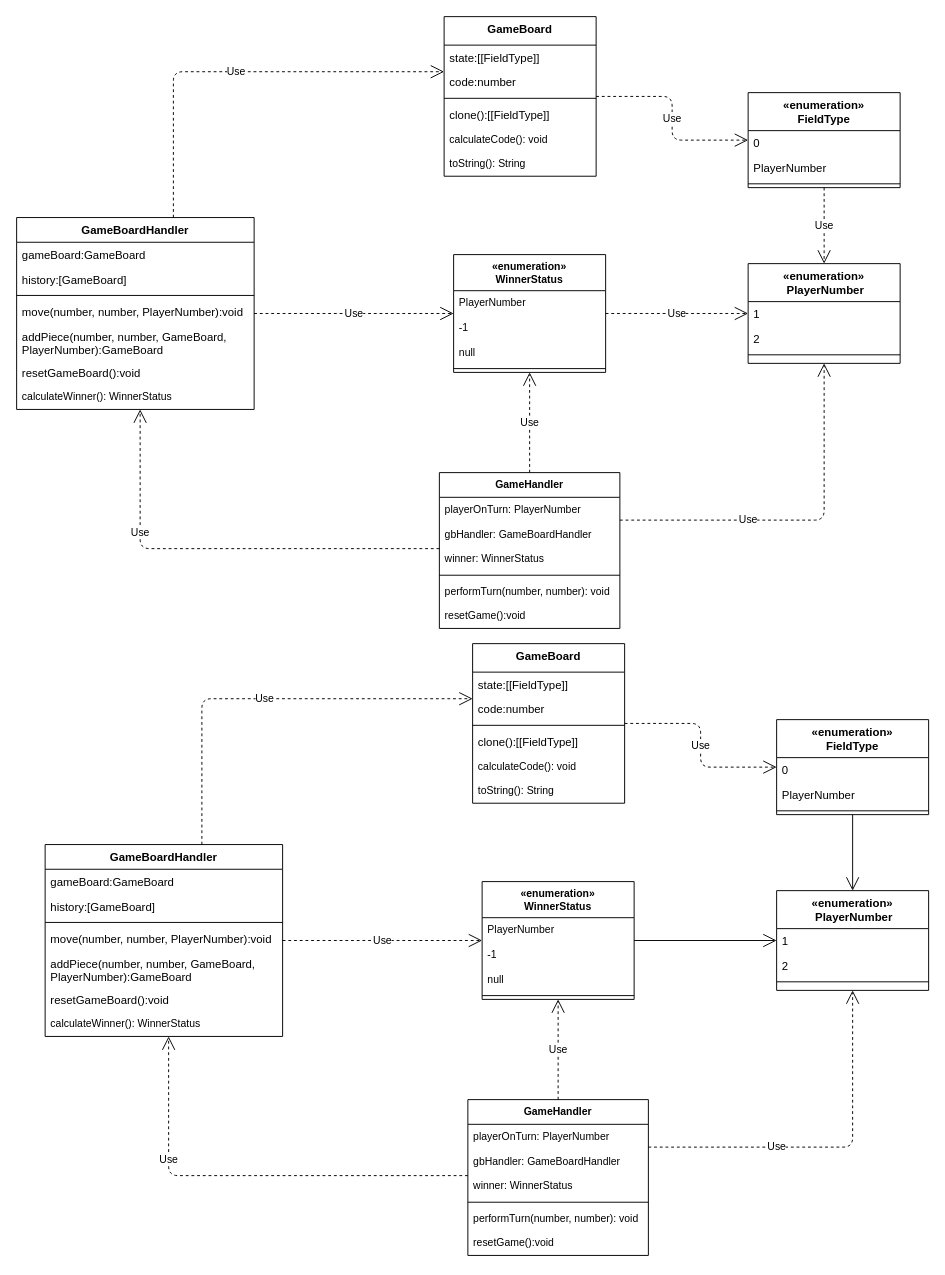
Earlier version of the draw.io diagram ProductBacklog/Klassendiagramme/Aktuell.drawio (idlaviV/TIKTacToe). Source tidied: cells renumbered, new cells numbered last; positions are measured from the earlier drawing's top-left corner, leaving out a move shared by most shapes. Both pictures are drawn from the tidied source at 95%, with x=0, y=0 at pixel (16, 16).
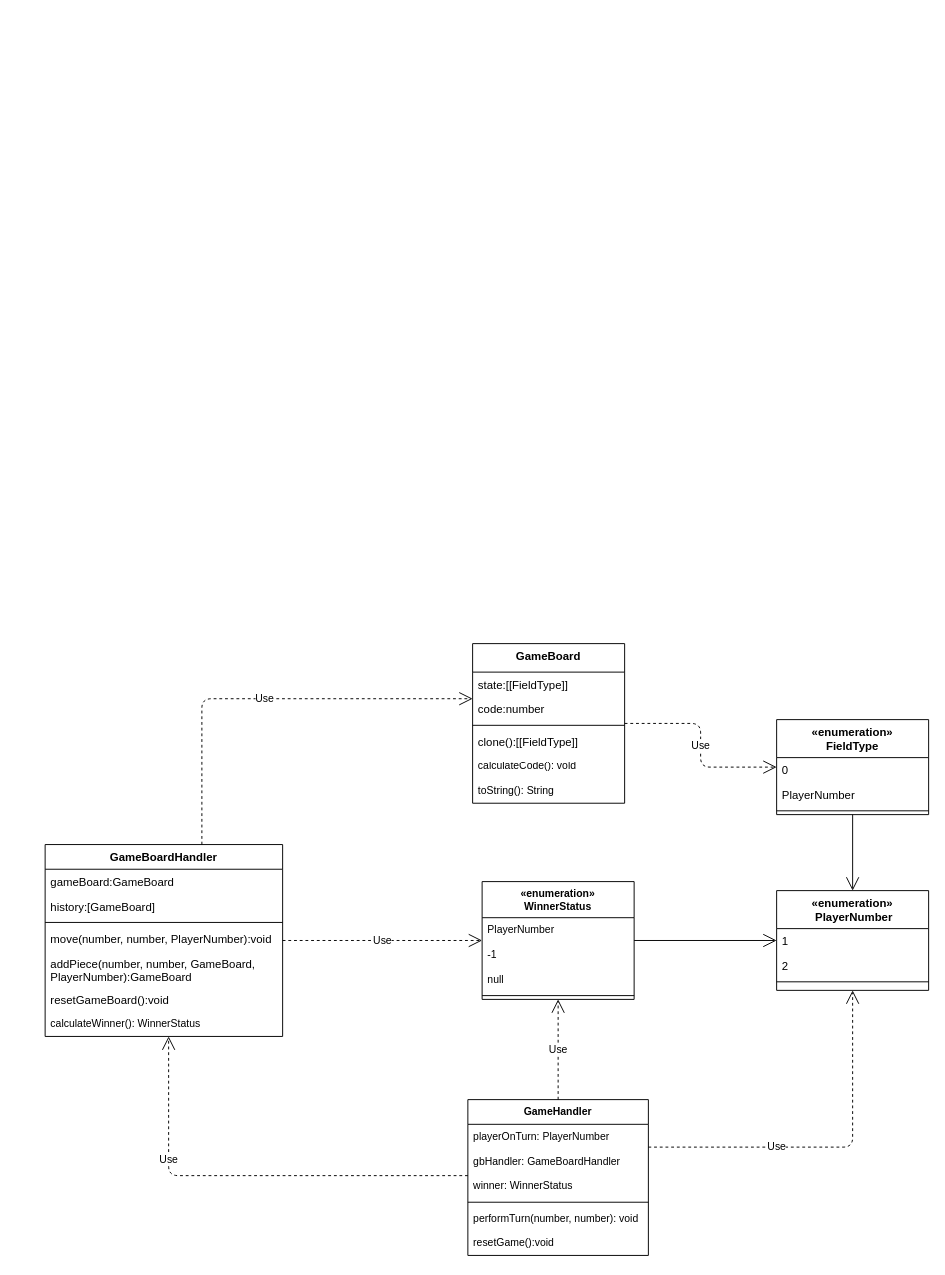
The same diagram, later.

Change to the diagram source:
```diff
@@
-    <mxCell id="2" value="GameBoard" style="swimlane;fontStyle=1;align=center;verticalAlign=top;horizontal=1;startSize=30;rounded=0;shadow=0;strokeWidth=1;" parent="1" vertex="1">
-      <mxGeometry x="450" width="160" height="168" as="geometry" />
-    </mxCell>
-    <mxCell id="3" value="state:[[FieldType]]" style="text;align=left;verticalAlign=top;spacingLeft=4;spacingRight=4;overflow=hidden;" parent="2" vertex="1">
-      <mxGeometry y="30" width="160" height="26" as="geometry" />
-    </mxCell>
-    <mxCell id="4" value="code:number" style="text;align=left;verticalAlign=top;spacingLeft=4;spacingRight=4;overflow=hidden;rounded=0;shadow=0;html=0;" parent="2" vertex="1">
-      <mxGeometry y="56" width="160" height="26" as="geometry" />
-    </mxCell>
-    <mxCell id="5" style="line;html=1;strokeWidth=1;align=left;verticalAlign=middle;spacingTop=-1;spacingLeft=3;spacingRight=3;labelPosition=right;" parent="2" vertex="1">
-      <mxGeometry y="82" width="160" height="8" as="geometry" />
-    </mxCell>
-    <mxCell id="6" value="clone():[[FieldType]]" style="text;align=left;verticalAlign=top;spacingLeft=4;spacingRight=4;overflow=hidden;fontStyle=0;" parent="2" vertex="1">
-      <mxGeometry y="90" width="160" height="26" as="geometry" />
-    </mxCell>
-    <mxCell id="7" value="calculateCode(): void" style="text;strokeColor=none;fillColor=none;align=left;verticalAlign=top;spacingLeft=4;spacingRight=4;overflow=hidden;fontFamily=Helvetica;fontSize=11;fontColor=default;" parent="2" vertex="1">
-      <mxGeometry y="116" width="160" height="26" as="geometry" />
-    </mxCell>
-    <mxCell id="8" value="toString(): String" style="text;strokeColor=none;fillColor=none;align=left;verticalAlign=top;spacingLeft=4;spacingRight=4;overflow=hidden;fontFamily=Helvetica;fontSize=11;fontColor=default;" parent="2" vertex="1">
-      <mxGeometry y="142" width="160" height="26" as="geometry" />
-    </mxCell>
-    <mxCell id="9" value="GameBoardHandler" style="swimlane;fontStyle=1;align=center;verticalAlign=top;horizontal=1;startSize=26;rounded=0;shadow=0;strokeWidth=1;" parent="1" vertex="1">
-      <mxGeometry y="211.5" width="250" height="202" as="geometry" />
-    </mxCell>
-    <mxCell id="10" value="gameBoard:GameBoard" style="text;align=left;verticalAlign=top;spacingLeft=4;spacingRight=4;overflow=hidden;" parent="9" vertex="1">
-      <mxGeometry y="26" width="250" height="26" as="geometry" />
-    </mxCell>
-    <mxCell id="11" value="history:[GameBoard]" style="text;align=left;verticalAlign=top;spacingLeft=4;spacingRight=4;overflow=hidden;rounded=0;shadow=0;html=0;" parent="9" vertex="1">
-      <mxGeometry y="52" width="250" height="26" as="geometry" />
-    </mxCell>
-    <mxCell id="12" style="line;html=1;strokeWidth=1;align=left;verticalAlign=middle;spacingTop=-1;spacingLeft=3;spacingRight=3;labelPosition=right;" parent="9" vertex="1">
-      <mxGeometry y="78" width="250" height="8" as="geometry" />
-    </mxCell>
-    <mxCell id="13" value="move(number, number, PlayerNumber):void" style="text;align=left;verticalAlign=top;spacingLeft=4;spacingRight=4;overflow=hidden;fontStyle=0;" parent="9" vertex="1">
-      <mxGeometry y="86" width="250" height="26" as="geometry" />
-    </mxCell>
-    <mxCell id="14" value="addPiece(number, number, GameBoard, &#10;PlayerNumber):GameBoard" style="text;strokeColor=none;fillColor=none;align=left;verticalAlign=top;spacingLeft=4;spacingRight=4;overflow=hidden;" parent="9" vertex="1">
-      <mxGeometry y="112" width="250" height="38" as="geometry" />
-    </mxCell>
-    <mxCell id="15" value="resetGameBoard():void" style="text;strokeColor=none;fillColor=none;align=left;verticalAlign=top;spacingLeft=4;spacingRight=4;overflow=hidden;" parent="9" vertex="1">
-      <mxGeometry y="150" width="250" height="26" as="geometry" />
-    </mxCell>
-    <mxCell id="16" value="calculateWinner(): WinnerStatus" style="text;strokeColor=none;fillColor=none;align=left;verticalAlign=top;spacingLeft=4;spacingRight=4;overflow=hidden;fontFamily=Helvetica;fontSize=11;fontColor=default;" parent="9" vertex="1">
-      <mxGeometry y="176" width="250" height="26" as="geometry" />
-    </mxCell>
-    <mxCell id="17" value="«enumeration»&#10; PlayerNumber" style="swimlane;fontStyle=1;align=center;verticalAlign=top;horizontal=1;startSize=40;rounded=0;shadow=0;strokeWidth=1;" parent="1" vertex="1">
-      <mxGeometry x="770" y="260" width="160" height="105" as="geometry" />
-    </mxCell>
-    <mxCell id="18" value="1" style="text;align=left;verticalAlign=top;spacingLeft=4;spacingRight=4;overflow=hidden;" parent="17" vertex="1">
-      <mxGeometry y="40" width="160" height="26" as="geometry" />
-    </mxCell>
-    <mxCell id="19" value="2" style="text;align=left;verticalAlign=top;spacingLeft=4;spacingRight=4;overflow=hidden;rounded=0;shadow=0;html=0;" parent="17" vertex="1">
-      <mxGeometry y="66" width="160" height="26" as="geometry" />
-    </mxCell>
-    <mxCell id="20" style="line;html=1;strokeWidth=1;align=left;verticalAlign=middle;spacingTop=-1;spacingLeft=3;spacingRight=3;labelPosition=right;" parent="17" vertex="1">
-      <mxGeometry y="92" width="160" height="8" as="geometry" />
-    </mxCell>
-    <mxCell id="21" value="«enumeration»&#10;FieldType" style="swimlane;fontStyle=1;align=center;verticalAlign=top;horizontal=1;startSize=40;" parent="1" vertex="1">
-      <mxGeometry x="770" y="80" width="160" height="100" as="geometry" />
-    </mxCell>
-    <mxCell id="22" value="0" style="text;strokeColor=none;fillColor=none;align=left;verticalAlign=top;spacingLeft=4;spacingRight=4;overflow=hidden;" parent="21" vertex="1">
-      <mxGeometry y="40" width="160" height="26" as="geometry" />
-    </mxCell>
-    <mxCell id="23" value="PlayerNumber" style="text;strokeColor=none;fillColor=none;align=left;verticalAlign=top;spacingLeft=4;spacingRight=4;overflow=hidden;" parent="21" vertex="1">
-      <mxGeometry y="66" width="160" height="26" as="geometry" />
-    </mxCell>
-    <mxCell id="24" style="line;strokeWidth=1;fillColor=none;align=left;verticalAlign=middle;spacingTop=-1;spacingLeft=3;spacingRight=3;labelPosition=right;strokeColor=inherit;" parent="21" vertex="1">
-      <mxGeometry y="92" width="160" height="8" as="geometry" />
-    </mxCell>
-    <mxCell id="25" value="Use" style="endArrow=open;endSize=12;dashed=1;html=1;edgeStyle=orthogonalEdgeStyle;" parent="1" edge="1" source="9" target="2">
-      <mxGeometry relative="1" as="geometry">
-        <Array as="points">
-          <mxPoint x="165" y="58" />
-        </Array>
-      </mxGeometry>
-    </mxCell>
@@
-    <mxCell id="33" value="Use" style="endArrow=open;endSize=12;dashed=1;html=1;edgeStyle=orthogonalEdgeStyle;" parent="1" edge="1" source="2" target="21">
-      <mxGeometry relative="1" as="geometry" />
-    </mxCell>
@@
-    <mxCell id="42" value="Use" style="endArrow=open;endSize=12;dashed=1;html=1;edgeStyle=orthogonalEdgeStyle;" parent="1" edge="1" source="21" target="17">
-      <mxGeometry relative="1" as="geometry" />
-    </mxCell>
@@
-    <mxCell id="47" value="«enumeration»&#10;WinnerStatus" style="swimlane;fontStyle=1;align=center;verticalAlign=top;horizontal=1;startSize=38;fontFamily=Helvetica;fontSize=11;fontColor=default;" parent="1" vertex="1">
-      <mxGeometry x="460" y="250.5" width="160" height="124" as="geometry" />
-    </mxCell>
-    <mxCell id="48" value="PlayerNumber" style="text;strokeColor=none;fillColor=none;align=left;verticalAlign=top;spacingLeft=4;spacingRight=4;overflow=hidden;fontFamily=Helvetica;fontSize=11;fontColor=default;" parent="47" vertex="1">
-      <mxGeometry y="38" width="160" height="26" as="geometry" />
-    </mxCell>
-    <mxCell id="49" value="-1" style="text;strokeColor=none;fillColor=none;align=left;verticalAlign=top;spacingLeft=4;spacingRight=4;overflow=hidden;fontFamily=Helvetica;fontSize=11;fontColor=default;" parent="47" vertex="1">
-      <mxGeometry y="64" width="160" height="26" as="geometry" />
-    </mxCell>
-    <mxCell id="50" value="null" style="text;strokeColor=none;fillColor=none;align=left;verticalAlign=top;spacingLeft=4;spacingRight=4;overflow=hidden;fontFamily=Helvetica;fontSize=11;fontColor=default;" parent="47" vertex="1">
-      <mxGeometry y="90" width="160" height="26" as="geometry" />
-    </mxCell>
-    <mxCell id="51" style="line;strokeWidth=1;fillColor=none;align=left;verticalAlign=middle;spacingTop=-1;spacingLeft=3;spacingRight=3;labelPosition=right;strokeColor=inherit;fontFamily=Helvetica;fontSize=11;fontColor=default;" parent="47" vertex="1">
-      <mxGeometry y="116" width="160" height="8" as="geometry" />
-    </mxCell>
@@
-    <mxCell id="56" value="Use" style="endArrow=open;endSize=12;dashed=1;html=1;rounded=1;labelBackgroundColor=default;strokeColor=default;fontFamily=Helvetica;fontSize=11;fontColor=default;shape=connector;edgeStyle=elbowEdgeStyle;" parent="1" edge="1" source="9" target="47">
-      <mxGeometry relative="1" as="geometry" />
-    </mxCell>
@@
-    <mxCell id="58" value="Use" style="endArrow=open;endSize=12;dashed=1;html=1;rounded=1;labelBackgroundColor=default;strokeColor=default;fontFamily=Helvetica;fontSize=11;fontColor=default;shape=connector;" parent="1" edge="1" source="47" target="17">
-      <mxGeometry relative="1" as="geometry" />
-    </mxCell>
@@
-    <mxCell id="60" value="GameHandler" style="swimlane;fontStyle=1;align=center;verticalAlign=top;horizontal=1;startSize=26;fontFamily=Helvetica;fontSize=11;fontColor=default;" parent="1" vertex="1">
-      <mxGeometry x="445" y="480" width="190" height="164" as="geometry" />
-    </mxCell>
-    <mxCell id="61" value="playerOnTurn: PlayerNumber" style="text;strokeColor=none;fillColor=none;align=left;verticalAlign=top;spacingLeft=4;spacingRight=4;overflow=hidden;fontFamily=Helvetica;fontSize=11;fontColor=default;" parent="60" vertex="1">
-      <mxGeometry y="26" width="190" height="26" as="geometry" />
-    </mxCell>
-    <mxCell id="62" value="gbHandler: GameBoardHandler" style="text;strokeColor=none;fillColor=none;align=left;verticalAlign=top;spacingLeft=4;spacingRight=4;overflow=hidden;fontFamily=Helvetica;fontSize=11;fontColor=default;" parent="60" vertex="1">
-      <mxGeometry y="52" width="190" height="26" as="geometry" />
-    </mxCell>
-    <mxCell id="63" value="winner: WinnerStatus" style="text;strokeColor=none;fillColor=none;align=left;verticalAlign=top;spacingLeft=4;spacingRight=4;overflow=hidden;fontFamily=Helvetica;fontSize=11;fontColor=default;" parent="60" vertex="1">
-      <mxGeometry y="78" width="190" height="26" as="geometry" />
-    </mxCell>
-    <mxCell id="64" style="line;strokeWidth=1;fillColor=none;align=left;verticalAlign=middle;spacingTop=-1;spacingLeft=3;spacingRight=3;labelPosition=right;strokeColor=inherit;fontFamily=Helvetica;fontSize=11;fontColor=default;" parent="60" vertex="1">
-      <mxGeometry y="104" width="190" height="8" as="geometry" />
-    </mxCell>
-    <mxCell id="65" value="performTurn(number, number): void" style="text;strokeColor=none;fillColor=none;align=left;verticalAlign=top;spacingLeft=4;spacingRight=4;overflow=hidden;fontFamily=Helvetica;fontSize=11;fontColor=default;" parent="60" vertex="1">
-      <mxGeometry y="112" width="190" height="26" as="geometry" />
-    </mxCell>
-    <mxCell id="66" value="resetGame():void" style="text;strokeColor=none;fillColor=none;align=left;verticalAlign=top;spacingLeft=4;spacingRight=4;overflow=hidden;fontFamily=Helvetica;fontSize=11;fontColor=default;" parent="60" vertex="1">
-      <mxGeometry y="138" width="190" height="26" as="geometry" />
-    </mxCell>
@@
-    <mxCell id="68" value="Use" style="endArrow=open;endSize=12;dashed=1;html=1;rounded=1;labelBackgroundColor=default;strokeColor=default;fontFamily=Helvetica;fontSize=11;fontColor=default;shape=connector;edgeStyle=elbowEdgeStyle;" parent="1" edge="1" source="60" target="9">
-      <mxGeometry x="0.44" relative="1" as="geometry">
-        <Array as="points">
-          <mxPoint x="130" y="560" />
-        </Array>
-      </mxGeometry>
-    </mxCell>
@@
-    <mxCell id="74" value="Use" style="endArrow=open;endSize=12;dashed=1;html=1;rounded=1;labelBackgroundColor=default;strokeColor=default;fontFamily=Helvetica;fontSize=11;fontColor=default;shape=connector;" parent="1" edge="1" source="60" target="47">
-      <mxGeometry relative="1" as="geometry" />
-    </mxCell>
@@
-    <mxCell id="76" value="Use" style="endArrow=open;endSize=12;dashed=1;html=1;rounded=1;labelBackgroundColor=default;strokeColor=default;fontFamily=Helvetica;fontSize=11;fontColor=default;shape=connector;edgeStyle=elbowEdgeStyle;" parent="1" edge="1" source="60" target="17">
-      <mxGeometry x="-0.29" relative="1" as="geometry">
-        <Array as="points">
-          <mxPoint x="850" y="530" />
-        </Array>
-      </mxGeometry>
-    </mxCell>
```
